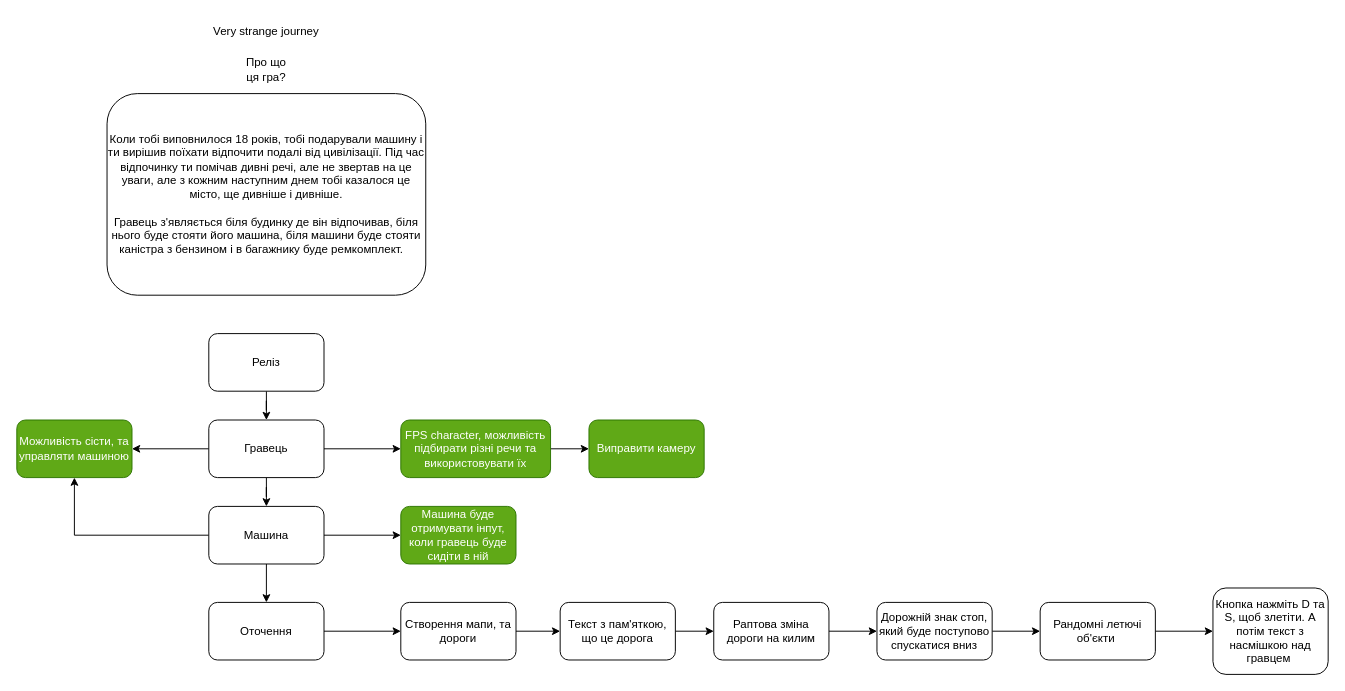
Above: Roadmap.drawio in Gamedevenri/Very-strange-journey (draw.io), before the change. Source tidied: cells renumbered, new cells numbered last; positions are measured from the earlier drawing's top-left corner, leaving out a move shared by most shapes. Both pictures are drawn from the tidied source at 96%, with x=0, y=0 at pixel (16, 16).
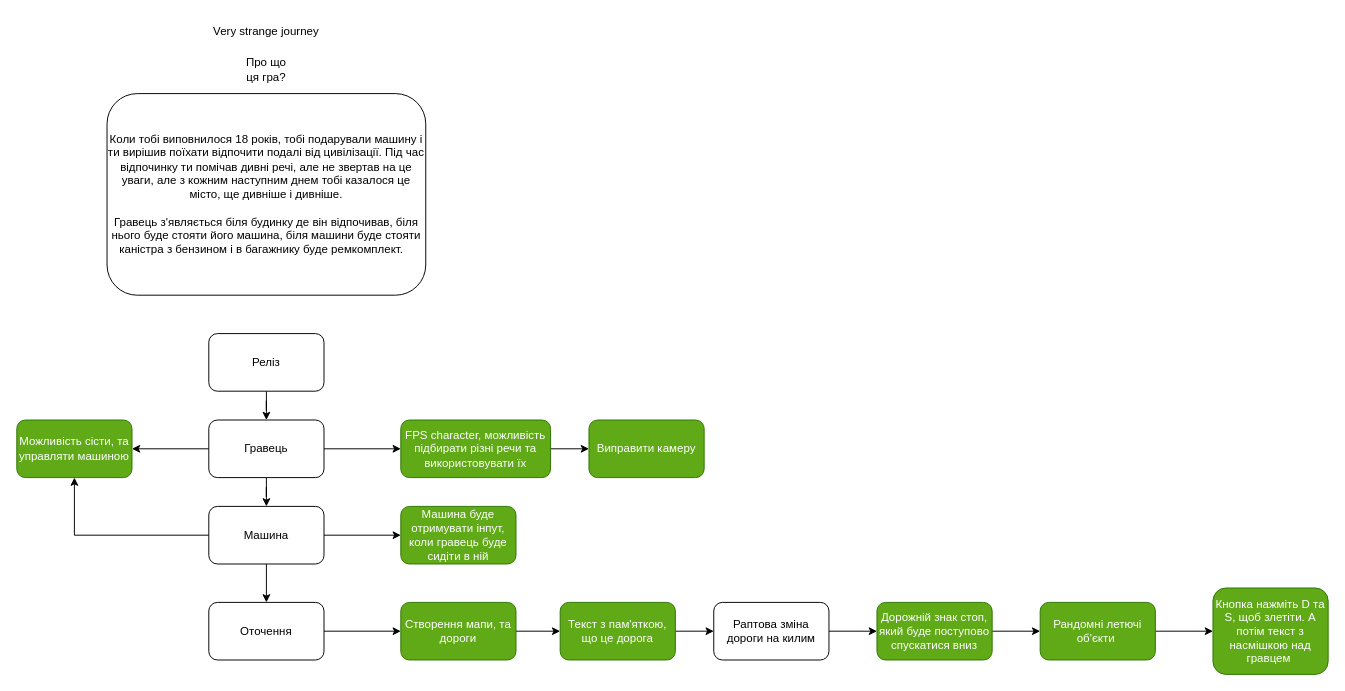
Above is the later version.

Diff of the diagram source:
```diff
@@
-    <mxCell id="22" value="Створення мапи, та дороги" style="whiteSpace=wrap;html=1;rounded=1;" parent="1" vertex="1">
+    <mxCell id="22" value="Створення мапи, та дороги" style="whiteSpace=wrap;html=1;rounded=1;fillColor=#60a917;fontColor=#ffffff;strokeColor=#2D7600;" parent="1" vertex="1">
       <mxGeometry x="400" y="610" width="120" height="60" as="geometry" />
     </mxCell>
@@
-    <mxCell id="25" value="Текст з пам'яткою, що це дорога" style="whiteSpace=wrap;html=1;rounded=1;" parent="1" vertex="1">
+    <mxCell id="25" value="Текст з пам'яткою, що це дорога" style="whiteSpace=wrap;html=1;rounded=1;fillColor=#60a917;fontColor=#ffffff;strokeColor=#2D7600;" parent="1" vertex="1">
       <mxGeometry x="566" y="610" width="120" height="60" as="geometry" />
     </mxCell>
@@
-    <mxCell id="29" value="Дорожній знак стоп, який буде поступово спускатися вниз" style="whiteSpace=wrap;html=1;rounded=1;" parent="1" vertex="1">
+    <mxCell id="29" value="Дорожній знак стоп, який буде поступово спускатися вниз" style="whiteSpace=wrap;html=1;rounded=1;fillColor=#60a917;fontColor=#ffffff;strokeColor=#2D7600;" parent="1" vertex="1">
       <mxGeometry x="896" y="610" width="120" height="60" as="geometry" />
     </mxCell>
@@
-    <mxCell id="31" value="Рандомні летючі об'єкти&amp;nbsp;" style="whiteSpace=wrap;html=1;rounded=1;" parent="1" vertex="1">
+    <mxCell id="31" value="Рандомні летючі об'єкти&amp;nbsp;" style="whiteSpace=wrap;html=1;rounded=1;fillColor=#60a917;fontColor=#ffffff;strokeColor=#2D7600;" parent="1" vertex="1">
       <mxGeometry x="1066" y="610" width="120" height="60" as="geometry" />
     </mxCell>
-    <mxCell id="32" value="Кнопка нажміть D та S, щоб злетіти. А потім текст з насмішкою над гравцем&amp;nbsp;" style="whiteSpace=wrap;html=1;rounded=1;" parent="1" vertex="1">
+    <mxCell id="32" value="Кнопка нажміть D та S, щоб злетіти. А потім текст з насмішкою над гравцем&amp;nbsp;" style="whiteSpace=wrap;html=1;rounded=1;fillColor=#60a917;fontColor=#ffffff;strokeColor=#2D7600;" parent="1" vertex="1">
       <mxGeometry x="1246" y="595" width="120" height="90" as="geometry" />
     </mxCell>
```
